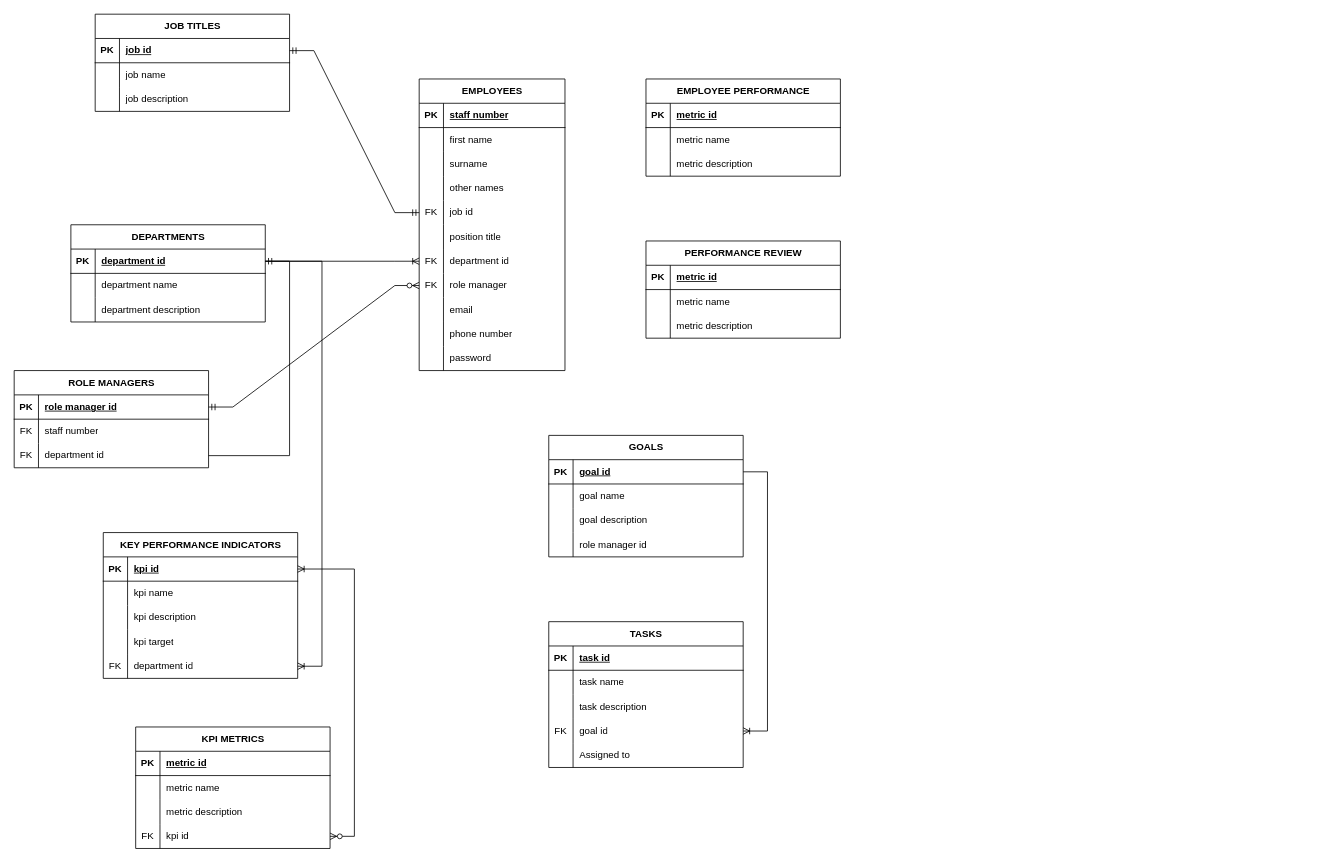
The draw.io diagram PMS.drawio in JohnMugambi/Files, before the edit. Source tidied: cells renumbered, new cells numbered last; positions are measured from the earlier drawing's top-left corner, leaving out a move shared by most shapes. Both pictures are drawn from the tidied source at 81%, with x=0, y=0 at pixel (-6, 14).
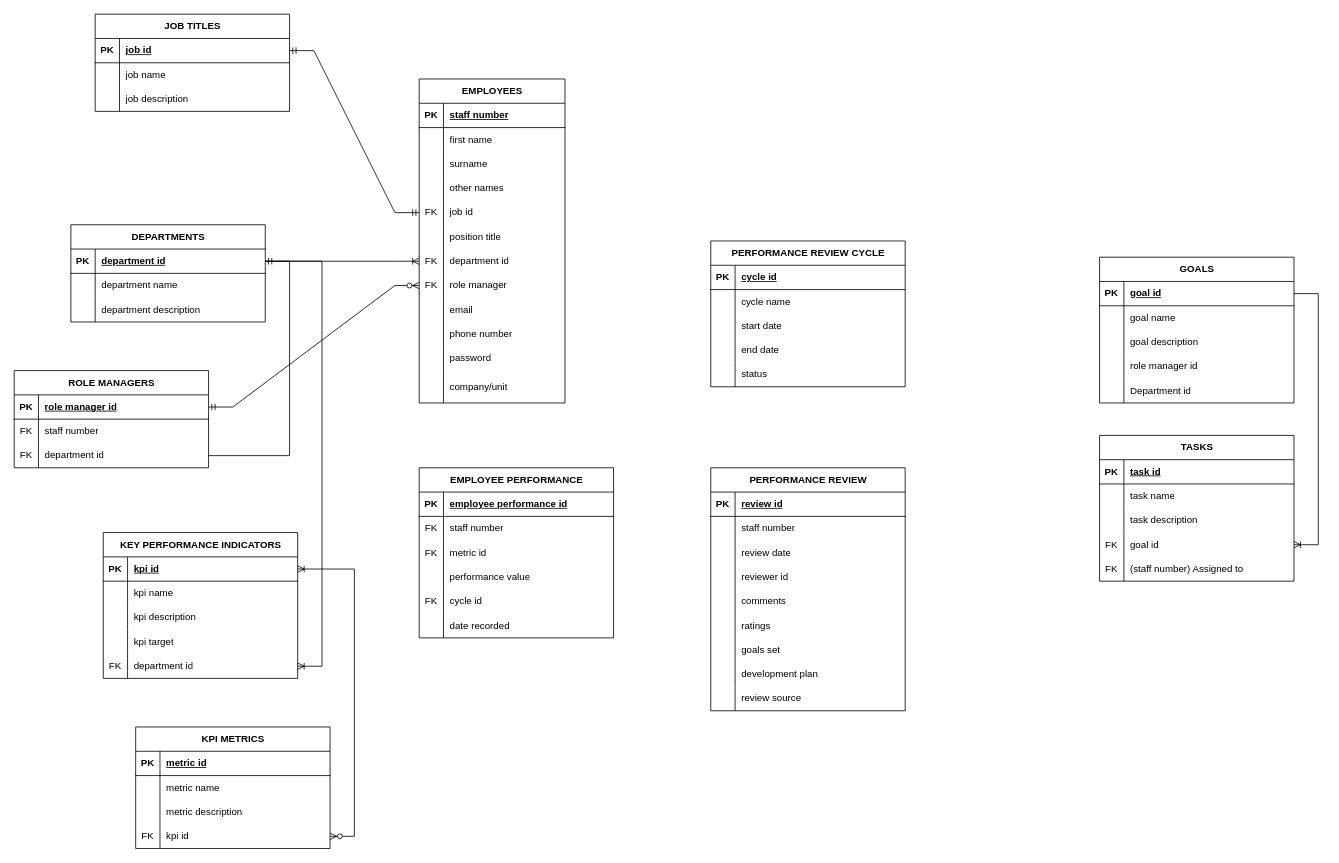
Above is the later version.

Unchanged cells that the change refers to:
```xml
<mxCell id="47" style="shape=tableRow;horizontal=0;startSize=0;swimlaneHead=0;swimlaneBody=0;fillColor=none;top=0;left=0;right=0;bottom=1;" parent="46" vertex="1">
  <mxGeometry y="30" width="240" height="30" as="geometry" />
</mxCell>
<mxCell id="50" style="shape=tableRow;horizontal=0;startSize=0;swimlaneHead=0;swimlaneBody=0;fillColor=none;top=0;left=0;right=0;bottom=0;" parent="46" vertex="1">
  <mxGeometry y="60" width="240" height="30" as="geometry" />
</mxCell>
<mxCell id="53" style="shape=tableRow;horizontal=0;startSize=0;swimlaneHead=0;swimlaneBody=0;fillColor=none;top=0;left=0;right=0;bottom=0;" parent="46" vertex="1">
  <mxGeometry y="90" width="240" height="30" as="geometry" />
</mxCell>
<mxCell id="70" style="shape=tableRow;horizontal=0;startSize=0;swimlaneHead=0;swimlaneBody=0;fillColor=none;top=0;left=0;right=0;bottom=1;" parent="69" vertex="1">
  <mxGeometry y="30" width="240" height="30" as="geometry" />
</mxCell>
<mxCell id="73" style="shape=tableRow;horizontal=0;startSize=0;swimlaneHead=0;swimlaneBody=0;fillColor=none;top=0;left=0;right=0;bottom=0;" parent="69" vertex="1">
  <mxGeometry y="60" width="240" height="30" as="geometry" />
</mxCell>
<mxCell id="76" style="shape=tableRow;horizontal=0;startSize=0;swimlaneHead=0;swimlaneBody=0;fillColor=none;top=0;left=0;right=0;bottom=0;" parent="69" vertex="1">
  <mxGeometry y="90" width="240" height="30" as="geometry" />
</mxCell>
<mxCell id="141" style="shape=tableRow;horizontal=0;startSize=0;swimlaneHead=0;swimlaneBody=0;fillColor=none;top=0;left=0;right=0;bottom=0;" parent="128" vertex="1">
  <mxGeometry y="150" width="240" height="30" as="geometry" />
</mxCell>
```

What changed in the source:
```diff
@@
     <mxCell id="2" value="EMPLOYEES" style="shape=table;startSize=30;childLayout=tableLayout;rowLines=0;fontStyle=1;align=center;html=1;" parent="1" vertex="1">
-      <mxGeometry x="524" y="80" width="180" height="360" as="geometry" />
+      <mxGeometry x="524" y="80" width="180" height="400" as="geometry" />
     </mxCell>
@@
+    <mxCell id="151" style="shape=tableRow;horizontal=0;startSize=0;swimlaneHead=0;swimlaneBody=0;fillColor=none;top=0;left=0;right=0;bottom=0;" parent="2" vertex="1">
+      <mxGeometry y="360" width="180" height="40" as="geometry" />
+    </mxCell>
+    <mxCell id="152" style="shape=partialRectangle;fillColor=none;top=0;left=0;bottom=0;right=0;overflow=hidden;whiteSpace=wrap;html=1;" parent="151" vertex="1">
+      <mxGeometry width="30" height="40" as="geometry" />
+    </mxCell>
+    <mxCell id="153" value="company/unit" style="shape=partialRectangle;fillColor=none;top=0;left=0;bottom=0;right=0;align=left;spacingLeft=6;overflow=hidden;whiteSpace=wrap;html=1;" parent="151" vertex="1">
+      <mxGeometry x="30" width="150" height="40" as="geometry" />
+    </mxCell>
@@
     <mxCell id="46" value="EMPLOYEE PERFORMANCE" style="shape=table;startSize=30;childLayout=tableLayout;rowLines=0;fontStyle=1;align=center;html=1;" parent="1" vertex="1">
-      <mxGeometry x="804" y="80" width="240" height="120" as="geometry" />
+      <mxGeometry x="524" y="560" width="240" height="210" as="geometry" />
     </mxCell>
@@
-    <mxCell id="49" value="metric id" style="shape=partialRectangle;fillColor=none;top=0;left=0;bottom=0;right=0;align=left;spacingLeft=6;fontStyle=5;overflow=hidden;whiteSpace=wrap;html=1;" parent="47" vertex="1">
+    <mxCell id="49" value="employee performance id" style="shape=partialRectangle;fillColor=none;top=0;left=0;bottom=0;right=0;align=left;spacingLeft=6;fontStyle=5;overflow=hidden;whiteSpace=wrap;html=1;" parent="47" vertex="1">
       <mxGeometry x="30" width="210" height="30" as="geometry" />
     </mxCell>
@@
-    <mxCell id="51" style="shape=partialRectangle;fillColor=none;top=0;left=0;bottom=0;right=0;overflow=hidden;whiteSpace=wrap;html=1;" parent="50" vertex="1">
+    <mxCell id="51" value="FK" style="shape=partialRectangle;fillColor=none;top=0;left=0;bottom=0;right=0;overflow=hidden;whiteSpace=wrap;html=1;" parent="50" vertex="1">
       <mxGeometry width="30" height="30" as="geometry" />
     </mxCell>
-    <mxCell id="52" value="metric name" style="shape=partialRectangle;fillColor=none;top=0;left=0;bottom=0;right=0;align=left;spacingLeft=6;overflow=hidden;whiteSpace=wrap;html=1;" parent="50" vertex="1">
+    <mxCell id="52" value="staff number" style="shape=partialRectangle;fillColor=none;top=0;left=0;bottom=0;right=0;align=left;spacingLeft=6;overflow=hidden;whiteSpace=wrap;html=1;" parent="50" vertex="1">
       <mxGeometry x="30" width="210" height="30" as="geometry" />
     </mxCell>
@@
-    <mxCell id="54" style="shape=partialRectangle;fillColor=none;top=0;left=0;bottom=0;right=0;overflow=hidden;whiteSpace=wrap;html=1;" parent="53" vertex="1">
+    <mxCell id="54" value="FK" style="shape=partialRectangle;fillColor=none;top=0;left=0;bottom=0;right=0;overflow=hidden;whiteSpace=wrap;html=1;" parent="53" vertex="1">
       <mxGeometry width="30" height="30" as="geometry" />
     </mxCell>
-    <mxCell id="55" value="metric description" style="shape=partialRectangle;fillColor=none;top=0;left=0;bottom=0;right=0;align=left;spacingLeft=6;overflow=hidden;whiteSpace=wrap;html=1;" parent="53" vertex="1">
+    <mxCell id="55" value="metric id" style="shape=partialRectangle;fillColor=none;top=0;left=0;bottom=0;right=0;align=left;spacingLeft=6;overflow=hidden;whiteSpace=wrap;html=1;" parent="53" vertex="1">
       <mxGeometry x="30" width="210" height="30" as="geometry" />
     </mxCell>
+    <mxCell id="154" style="shape=tableRow;horizontal=0;startSize=0;swimlaneHead=0;swimlaneBody=0;fillColor=none;top=0;left=0;right=0;bottom=0;" parent="46" vertex="1">
+      <mxGeometry y="120" width="240" height="30" as="geometry" />
+    </mxCell>
+    <mxCell id="155" style="shape=partialRectangle;fillColor=none;top=0;left=0;bottom=0;right=0;overflow=hidden;whiteSpace=wrap;html=1;" parent="154" vertex="1">
+      <mxGeometry width="30" height="30" as="geometry" />
+    </mxCell>
+    <mxCell id="156" value="performance value" style="shape=partialRectangle;fillColor=none;top=0;left=0;bottom=0;right=0;align=left;spacingLeft=6;overflow=hidden;whiteSpace=wrap;html=1;" parent="154" vertex="1">
+      <mxGeometry x="30" width="210" height="30" as="geometry" />
+    </mxCell>
+    <mxCell id="157" style="shape=tableRow;horizontal=0;startSize=0;swimlaneHead=0;swimlaneBody=0;fillColor=none;top=0;left=0;right=0;bottom=0;" parent="46" vertex="1">
+      <mxGeometry y="150" width="240" height="30" as="geometry" />
+    </mxCell>
+    <mxCell id="158" value="FK" style="shape=partialRectangle;fillColor=none;top=0;left=0;bottom=0;right=0;overflow=hidden;whiteSpace=wrap;html=1;" parent="157" vertex="1">
+      <mxGeometry width="30" height="30" as="geometry" />
+    </mxCell>
+    <mxCell id="159" value="cycle id" style="shape=partialRectangle;fillColor=none;top=0;left=0;bottom=0;right=0;align=left;spacingLeft=6;overflow=hidden;whiteSpace=wrap;html=1;" parent="157" vertex="1">
+      <mxGeometry x="30" width="210" height="30" as="geometry" />
+    </mxCell>
+    <mxCell id="160" style="shape=tableRow;horizontal=0;startSize=0;swimlaneHead=0;swimlaneBody=0;fillColor=none;top=0;left=0;right=0;bottom=0;" parent="46" vertex="1">
+      <mxGeometry y="180" width="240" height="30" as="geometry" />
+    </mxCell>
+    <mxCell id="161" style="shape=partialRectangle;fillColor=none;top=0;left=0;bottom=0;right=0;overflow=hidden;whiteSpace=wrap;html=1;" parent="160" vertex="1">
+      <mxGeometry width="30" height="30" as="geometry" />
+    </mxCell>
+    <mxCell id="162" value="date recorded" style="shape=partialRectangle;fillColor=none;top=0;left=0;bottom=0;right=0;align=left;spacingLeft=6;overflow=hidden;whiteSpace=wrap;html=1;" parent="160" vertex="1">
+      <mxGeometry x="30" width="210" height="30" as="geometry" />
+    </mxCell>
     <mxCell id="56" value="GOALS" style="shape=table;startSize=30;childLayout=tableLayout;rowLines=0;fontStyle=1;align=center;html=1;" parent="1" vertex="1">
-      <mxGeometry x="684" y="520" width="240" height="150" as="geometry" />
+      <mxGeometry x="1364" y="300" width="240" height="180" as="geometry" />
     </mxCell>
@@
+    <mxCell id="163" style="shape=tableRow;horizontal=0;startSize=0;swimlaneHead=0;swimlaneBody=0;fillColor=none;top=0;left=0;right=0;bottom=0;" parent="56" vertex="1">
+      <mxGeometry y="150" width="240" height="30" as="geometry" />
+    </mxCell>
+    <mxCell id="164" style="shape=partialRectangle;fillColor=none;top=0;left=0;bottom=0;right=0;overflow=hidden;whiteSpace=wrap;html=1;" parent="163" vertex="1">
+      <mxGeometry width="30" height="30" as="geometry" />
+    </mxCell>
+    <mxCell id="165" value="Department id" style="shape=partialRectangle;fillColor=none;top=0;left=0;bottom=0;right=0;align=left;spacingLeft=6;overflow=hidden;whiteSpace=wrap;html=1;" parent="163" vertex="1">
+      <mxGeometry x="30" width="210" height="30" as="geometry" />
+    </mxCell>
     <mxCell id="69" value="PERFORMANCE REVIEW" style="shape=table;startSize=30;childLayout=tableLayout;rowLines=0;fontStyle=1;align=center;html=1;" parent="1" vertex="1">
-      <mxGeometry x="804" y="280" width="240" height="120" as="geometry" />
+      <mxGeometry x="884" y="560" width="240" height="300" as="geometry" />
     </mxCell>
@@
-    <mxCell id="72" value="metric id" style="shape=partialRectangle;fillColor=none;top=0;left=0;bottom=0;right=0;align=left;spacingLeft=6;fontStyle=5;overflow=hidden;whiteSpace=wrap;html=1;" parent="70" vertex="1">
+    <mxCell id="72" value="review id" style="shape=partialRectangle;fillColor=none;top=0;left=0;bottom=0;right=0;align=left;spacingLeft=6;fontStyle=5;overflow=hidden;whiteSpace=wrap;html=1;" parent="70" vertex="1">
       <mxGeometry x="30" width="210" height="30" as="geometry" />
     </mxCell>
@@
-    <mxCell id="75" value="metric name" style="shape=partialRectangle;fillColor=none;top=0;left=0;bottom=0;right=0;align=left;spacingLeft=6;overflow=hidden;whiteSpace=wrap;html=1;" parent="73" vertex="1">
+    <mxCell id="75" value="staff number" style="shape=partialRectangle;fillColor=none;top=0;left=0;bottom=0;right=0;align=left;spacingLeft=6;overflow=hidden;whiteSpace=wrap;html=1;" parent="73" vertex="1">
       <mxGeometry x="30" width="210" height="30" as="geometry" />
     </mxCell>
@@
-    <mxCell id="78" value="metric description" style="shape=partialRectangle;fillColor=none;top=0;left=0;bottom=0;right=0;align=left;spacingLeft=6;overflow=hidden;whiteSpace=wrap;html=1;" parent="76" vertex="1">
+    <mxCell id="78" value="review date" style="shape=partialRectangle;fillColor=none;top=0;left=0;bottom=0;right=0;align=left;spacingLeft=6;overflow=hidden;whiteSpace=wrap;html=1;" parent="76" vertex="1">
       <mxGeometry x="30" width="210" height="30" as="geometry" />
     </mxCell>
+    <mxCell id="166" style="shape=tableRow;horizontal=0;startSize=0;swimlaneHead=0;swimlaneBody=0;fillColor=none;top=0;left=0;right=0;bottom=0;" parent="69" vertex="1">
+      <mxGeometry y="120" width="240" height="30" as="geometry" />
+    </mxCell>
+    <mxCell id="167" style="shape=partialRectangle;fillColor=none;top=0;left=0;bottom=0;right=0;overflow=hidden;whiteSpace=wrap;html=1;" parent="166" vertex="1">
+      <mxGeometry width="30" height="30" as="geometry" />
+    </mxCell>
+    <mxCell id="168" value="reviewer id" style="shape=partialRectangle;fillColor=none;top=0;left=0;bottom=0;right=0;align=left;spacingLeft=6;overflow=hidden;whiteSpace=wrap;html=1;" parent="166" vertex="1">
+      <mxGeometry x="30" width="210" height="30" as="geometry" />
+    </mxCell>
+    <mxCell id="169" style="shape=tableRow;horizontal=0;startSize=0;swimlaneHead=0;swimlaneBody=0;fillColor=none;top=0;left=0;right=0;bottom=0;" parent="69" vertex="1">
+      <mxGeometry y="150" width="240" height="30" as="geometry" />
+    </mxCell>
+    <mxCell id="170" style="shape=partialRectangle;fillColor=none;top=0;left=0;bottom=0;right=0;overflow=hidden;whiteSpace=wrap;html=1;" parent="169" vertex="1">
+      <mxGeometry width="30" height="30" as="geometry" />
+    </mxCell>
+    <mxCell id="171" value="&lt;div&gt;comments&lt;/div&gt;" style="shape=partialRectangle;fillColor=none;top=0;left=0;bottom=0;right=0;align=left;spacingLeft=6;overflow=hidden;whiteSpace=wrap;html=1;" parent="169" vertex="1">
+      <mxGeometry x="30" width="210" height="30" as="geometry" />
+    </mxCell>
+    <mxCell id="172" style="shape=tableRow;horizontal=0;startSize=0;swimlaneHead=0;swimlaneBody=0;fillColor=none;top=0;left=0;right=0;bottom=0;" parent="69" vertex="1">
+      <mxGeometry y="180" width="240" height="30" as="geometry" />
+    </mxCell>
+    <mxCell id="173" style="shape=partialRectangle;fillColor=none;top=0;left=0;bottom=0;right=0;overflow=hidden;whiteSpace=wrap;html=1;" parent="172" vertex="1">
+      <mxGeometry width="30" height="30" as="geometry" />
+    </mxCell>
+    <mxCell id="174" value="ratings" style="shape=partialRectangle;fillColor=none;top=0;left=0;bottom=0;right=0;align=left;spacingLeft=6;overflow=hidden;whiteSpace=wrap;html=1;" parent="172" vertex="1">
+      <mxGeometry x="30" width="210" height="30" as="geometry" />
+    </mxCell>
+    <mxCell id="175" style="shape=tableRow;horizontal=0;startSize=0;swimlaneHead=0;swimlaneBody=0;fillColor=none;top=0;left=0;right=0;bottom=0;" parent="69" vertex="1">
+      <mxGeometry y="210" width="240" height="30" as="geometry" />
+    </mxCell>
+    <mxCell id="176" style="shape=partialRectangle;fillColor=none;top=0;left=0;bottom=0;right=0;overflow=hidden;whiteSpace=wrap;html=1;" parent="175" vertex="1">
+      <mxGeometry width="30" height="30" as="geometry" />
+    </mxCell>
+    <mxCell id="177" value="goals set" style="shape=partialRectangle;fillColor=none;top=0;left=0;bottom=0;right=0;align=left;spacingLeft=6;overflow=hidden;whiteSpace=wrap;html=1;" parent="175" vertex="1">
+      <mxGeometry x="30" width="210" height="30" as="geometry" />
+    </mxCell>
+    <mxCell id="178" style="shape=tableRow;horizontal=0;startSize=0;swimlaneHead=0;swimlaneBody=0;fillColor=none;top=0;left=0;right=0;bottom=0;" parent="69" vertex="1">
+      <mxGeometry y="240" width="240" height="30" as="geometry" />
+    </mxCell>
+    <mxCell id="179" style="shape=partialRectangle;fillColor=none;top=0;left=0;bottom=0;right=0;overflow=hidden;whiteSpace=wrap;html=1;" parent="178" vertex="1">
+      <mxGeometry width="30" height="30" as="geometry" />
+    </mxCell>
+    <mxCell id="180" value="development plan" style="shape=partialRectangle;fillColor=none;top=0;left=0;bottom=0;right=0;align=left;spacingLeft=6;overflow=hidden;whiteSpace=wrap;html=1;" parent="178" vertex="1">
+      <mxGeometry x="30" width="210" height="30" as="geometry" />
+    </mxCell>
+    <mxCell id="181" style="shape=tableRow;horizontal=0;startSize=0;swimlaneHead=0;swimlaneBody=0;fillColor=none;top=0;left=0;right=0;bottom=0;" parent="69" vertex="1">
+      <mxGeometry y="270" width="240" height="30" as="geometry" />
+    </mxCell>
+    <mxCell id="182" style="shape=partialRectangle;fillColor=none;top=0;left=0;bottom=0;right=0;overflow=hidden;whiteSpace=wrap;html=1;" parent="181" vertex="1">
+      <mxGeometry width="30" height="30" as="geometry" />
+    </mxCell>
+    <mxCell id="183" value="review source" style="shape=partialRectangle;fillColor=none;top=0;left=0;bottom=0;right=0;align=left;spacingLeft=6;overflow=hidden;whiteSpace=wrap;html=1;" parent="181" vertex="1">
+      <mxGeometry x="30" width="210" height="30" as="geometry" />
+    </mxCell>
@@
     <mxCell id="128" value="TASKS" style="shape=table;startSize=30;childLayout=tableLayout;rowLines=0;fontStyle=1;align=center;html=1;" parent="1" vertex="1">
-      <mxGeometry x="684" y="750" width="240" height="180" as="geometry" />
+      <mxGeometry x="1364" y="520" width="240" height="180" as="geometry" />
     </mxCell>
@@
-    <mxCell id="142" style="shape=partialRectangle;fillColor=none;top=0;left=0;bottom=0;right=0;overflow=hidden;whiteSpace=wrap;html=1;" parent="141" vertex="1">
+    <mxCell id="142" value="FK" style="shape=partialRectangle;fillColor=none;top=0;left=0;bottom=0;right=0;overflow=hidden;whiteSpace=wrap;html=1;" parent="141" vertex="1">
       <mxGeometry width="30" height="30" as="geometry" />
     </mxCell>
-    <mxCell id="143" value="Assigned to" style="shape=partialRectangle;fillColor=none;top=0;left=0;bottom=0;right=0;align=left;spacingLeft=6;overflow=hidden;whiteSpace=wrap;html=1;" parent="141" vertex="1">
+    <mxCell id="143" value="(staff number) Assigned to" style="shape=partialRectangle;fillColor=none;top=0;left=0;bottom=0;right=0;align=left;spacingLeft=6;overflow=hidden;whiteSpace=wrap;html=1;" parent="141" vertex="1">
       <mxGeometry x="30" width="210" height="30" as="geometry" />
     </mxCell>
@@
+    <mxCell id="184" value="PERFORMANCE REVIEW CYCLE" style="shape=table;startSize=30;childLayout=tableLayout;rowLines=0;fontStyle=1;align=center;html=1;" parent="1" vertex="1">
+      <mxGeometry x="884" y="280" width="240" height="180" as="geometry" />
+    </mxCell>
+    <mxCell id="185" style="shape=tableRow;horizontal=0;startSize=0;swimlaneHead=0;swimlaneBody=0;fillColor=none;top=0;left=0;right=0;bottom=1;" parent="184" vertex="1">
+      <mxGeometry y="30" width="240" height="30" as="geometry" />
+    </mxCell>
+    <mxCell id="186" value="PK" style="shape=partialRectangle;fillColor=none;top=0;left=0;bottom=0;right=0;fontStyle=1;overflow=hidden;whiteSpace=wrap;html=1;" parent="185" vertex="1">
+      <mxGeometry width="30" height="30" as="geometry" />
+    </mxCell>
+    <mxCell id="187" value="cycle id" style="shape=partialRectangle;fillColor=none;top=0;left=0;bottom=0;right=0;align=left;spacingLeft=6;fontStyle=5;overflow=hidden;whiteSpace=wrap;html=1;" parent="185" vertex="1">
+      <mxGeometry x="30" width="210" height="30" as="geometry" />
+    </mxCell>
+    <mxCell id="188" style="shape=tableRow;horizontal=0;startSize=0;swimlaneHead=0;swimlaneBody=0;fillColor=none;top=0;left=0;right=0;bottom=0;" parent="184" vertex="1">
+      <mxGeometry y="60" width="240" height="30" as="geometry" />
+    </mxCell>
+    <mxCell id="189" style="shape=partialRectangle;fillColor=none;top=0;left=0;bottom=0;right=0;overflow=hidden;whiteSpace=wrap;html=1;" parent="188" vertex="1">
+      <mxGeometry width="30" height="30" as="geometry" />
+    </mxCell>
+    <mxCell id="190" value="cycle name" style="shape=partialRectangle;fillColor=none;top=0;left=0;bottom=0;right=0;align=left;spacingLeft=6;overflow=hidden;whiteSpace=wrap;html=1;" parent="188" vertex="1">
+      <mxGeometry x="30" width="210" height="30" as="geometry" />
+    </mxCell>
+    <mxCell id="191" style="shape=tableRow;horizontal=0;startSize=0;swimlaneHead=0;swimlaneBody=0;fillColor=none;top=0;left=0;right=0;bottom=0;" parent="184" vertex="1">
+      <mxGeometry y="90" width="240" height="30" as="geometry" />
+    </mxCell>
+    <mxCell id="192" style="shape=partialRectangle;fillColor=none;top=0;left=0;bottom=0;right=0;overflow=hidden;whiteSpace=wrap;html=1;" parent="191" vertex="1">
+      <mxGeometry width="30" height="30" as="geometry" />
+    </mxCell>
+    <mxCell id="193" value="start date" style="shape=partialRectangle;fillColor=none;top=0;left=0;bottom=0;right=0;align=left;spacingLeft=6;overflow=hidden;whiteSpace=wrap;html=1;" parent="191" vertex="1">
+      <mxGeometry x="30" width="210" height="30" as="geometry" />
+    </mxCell>
+    <mxCell id="194" style="shape=tableRow;horizontal=0;startSize=0;swimlaneHead=0;swimlaneBody=0;fillColor=none;top=0;left=0;right=0;bottom=0;" parent="184" vertex="1">
+      <mxGeometry y="120" width="240" height="30" as="geometry" />
+    </mxCell>
+    <mxCell id="195" style="shape=partialRectangle;fillColor=none;top=0;left=0;bottom=0;right=0;overflow=hidden;whiteSpace=wrap;html=1;" parent="194" vertex="1">
+      <mxGeometry width="30" height="30" as="geometry" />
+    </mxCell>
+    <mxCell id="196" value="end date" style="shape=partialRectangle;fillColor=none;top=0;left=0;bottom=0;right=0;align=left;spacingLeft=6;overflow=hidden;whiteSpace=wrap;html=1;" parent="194" vertex="1">
+      <mxGeometry x="30" width="210" height="30" as="geometry" />
+    </mxCell>
+    <mxCell id="197" style="shape=tableRow;horizontal=0;startSize=0;swimlaneHead=0;swimlaneBody=0;fillColor=none;top=0;left=0;right=0;bottom=0;" parent="184" vertex="1">
+      <mxGeometry y="150" width="240" height="30" as="geometry" />
+    </mxCell>
+    <mxCell id="198" style="shape=partialRectangle;fillColor=none;top=0;left=0;bottom=0;right=0;overflow=hidden;whiteSpace=wrap;html=1;" parent="197" vertex="1">
+      <mxGeometry width="30" height="30" as="geometry" />
+    </mxCell>
+    <mxCell id="199" value="status" style="shape=partialRectangle;fillColor=none;top=0;left=0;bottom=0;right=0;align=left;spacingLeft=6;overflow=hidden;whiteSpace=wrap;html=1;" parent="197" vertex="1">
+      <mxGeometry x="30" width="210" height="30" as="geometry" />
+    </mxCell>
```
